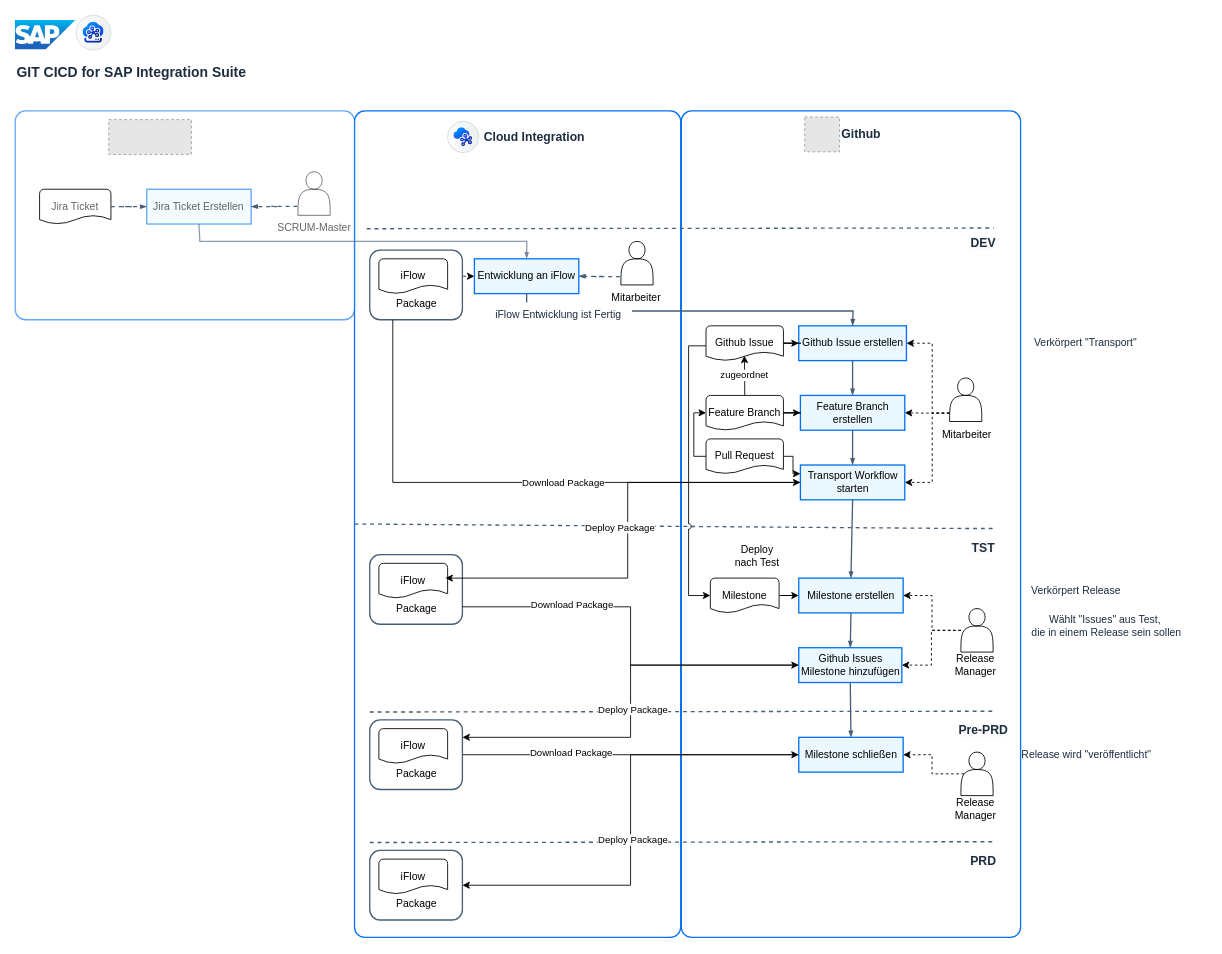
This is Dynamische Landschaft.drawio from Zprit/draw-io, a draw.io file, before an edit. Source tidied: cells renumbered, new cells numbered last; positions are measured from the earlier drawing's top-left corner, leaving out a move shared by most shapes. Both pictures are drawn from the tidied source at 87%, with x=0, y=0 at pixel (15, 15). Pictures stored in the file or linked from it are replaced by grey dashed boxes.
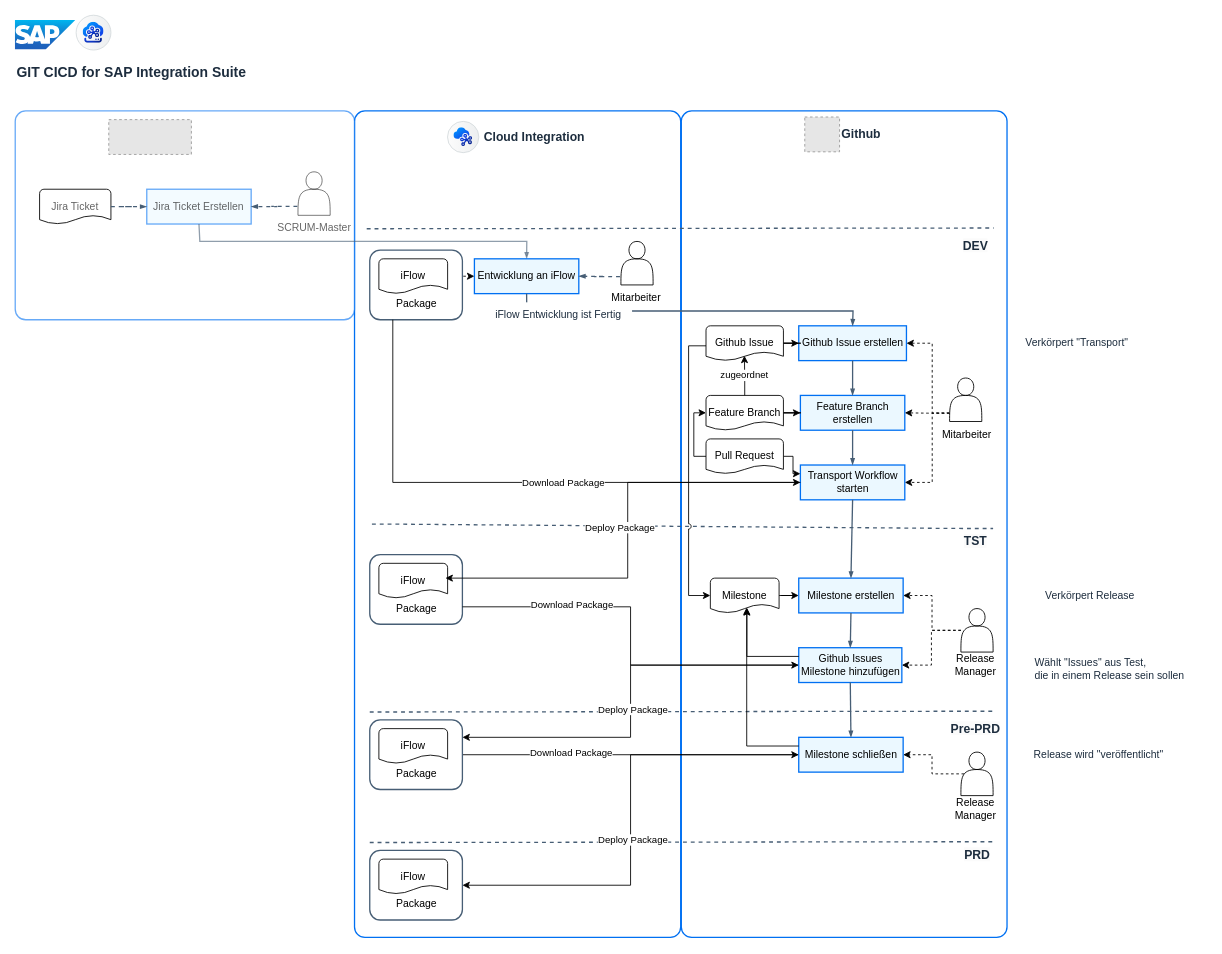
The same diagram, later.

The change refers to these unchanged cells:
```xml
<mxCell id="3" style="rounded=1;whiteSpace=wrap;html=1;strokeColor=#0070F2;fillColor=#ffffff;arcSize=24;absoluteArcSize=1;imageWidth=64;imageHeight=64;strokeWidth=1.5;" parent="1" vertex="1">
  <mxGeometry x="390" y="110" width="374.9" height="950" as="geometry" />
</mxCell>
<mxCell id="25" value="Milestone" style="strokeWidth=1;html=1;shape=mxgraph.flowchart.document2;whiteSpace=wrap;size=0.25;" parent="1" vertex="1">
  <mxGeometry x="799" y="647" width="79" height="40" as="geometry" />
</mxCell>
<mxCell id="28" value="Github Issues Milestone hinzufügen" style="rounded=0;whiteSpace=wrap;html=1;strokeColor=#0070F2;fillColor=#EBF8FF;arcSize=24;absoluteArcSize=1;imageWidth=64;imageHeight=64;strokeWidth=1.5;" parent="1" vertex="1">
  <mxGeometry x="900.6" y="727" width="118.5" height="40" as="geometry" />
</mxCell>
<mxCell id="30" value="Milestone schließen" style="rounded=0;whiteSpace=wrap;html=1;strokeColor=#0070F2;fillColor=#EBF8FF;arcSize=24;absoluteArcSize=1;imageWidth=64;imageHeight=64;strokeWidth=1.5;" parent="1" vertex="1">
  <mxGeometry x="900.6" y="830" width="120" height="40" as="geometry" />
</mxCell>
```

What changed in the source:
```diff
@@
     <mxCell id="2" style="rounded=1;whiteSpace=wrap;html=1;strokeColor=#0070F2;fillColor=#ffffff;arcSize=24;absoluteArcSize=1;imageWidth=64;imageHeight=64;strokeWidth=1.5;" parent="1" vertex="1">
-      <mxGeometry x="765.6" y="110" width="390" height="950" as="geometry" />
+      <mxGeometry x="765.6" y="110" width="374.4" height="950" as="geometry" />
     </mxCell>
@@
-    <mxCell id="8" value="Deploy nach Test" style="text;html=1;whiteSpace=wrap;strokeColor=none;fillColor=none;align=center;verticalAlign=middle;rounded=0;" parent="1" vertex="1">
-      <mxGeometry x="823" y="607" width="60" height="30" as="geometry" />
-    </mxCell>
@@
     <mxCell id="38" value="&lt;font size=&quot;1&quot; face=&quot;arial&quot; style=&quot;&quot;&gt;&lt;span style=&quot;font-size: 12px;&quot;&gt;Verkörpert Release&lt;/span&gt;&lt;/font&gt;" style="text;html=1;align=center;verticalAlign=middle;strokeColor=none;fillColor=none;fontSize=12;fontColor=#1D2D3E;fontFamily=Helvetica;" parent="1" vertex="1">
-      <mxGeometry x="1154" y="647" width="130" height="30" as="geometry" />
+      <mxGeometry x="1170" y="652" width="130" height="30" as="geometry" />
     </mxCell>
@@
-    <mxCell id="49" style="endArrow=none;html=1;strokeColor=#475e75;rounded=0;endFill=0;endSize=4;edgeStyle=entityRelationEdgeStyle;startArrow=none;startFill=0;startSize=4;jumpStyle=none;jumpSize=0;targetPerimeterSpacing=15;dashed=1;strokeWidth=1.5;exitX=0;exitY=0.5;exitDx=0;exitDy=0;" parent="1" edge="1" source="3">
+    <mxCell id="49" style="endArrow=none;html=1;strokeColor=#475e75;rounded=0;endFill=0;endSize=4;edgeStyle=entityRelationEdgeStyle;startArrow=none;startFill=0;startSize=4;jumpStyle=none;jumpSize=0;targetPerimeterSpacing=15;dashed=1;strokeWidth=1.5;" parent="1" edge="1">
       <mxGeometry relative="1" as="geometry">
+        <mxPoint x="410" y="585" as="sourcePoint" />
         <mxPoint x="1124" y="590" as="targetPoint" />
       </mxGeometry>
     </mxCell>
     <mxCell id="50" value="&lt;b style=&quot;border-color: var(--border-color); font-family: arial; font-style: normal; font-variant-ligatures: normal; font-variant-caps: normal; letter-spacing: normal; orphans: 2; text-indent: 0px; text-transform: none; widows: 2; word-spacing: 0px; -webkit-text-stroke-width: 0px; background-color: rgb(251, 251, 251); text-decoration-thickness: initial; text-decoration-style: initial; text-decoration-color: initial; font-size: 14px;&quot;&gt;&lt;font color=&quot;#1d2d3e&quot;&gt;DEV&lt;/font&gt;&lt;/b&gt;" style="text;whiteSpace=wrap;html=1;align=center;verticalAlign=top;" parent="1" vertex="1">
-      <mxGeometry x="1082.5" y="247" width="60" height="30" as="geometry" />
+      <mxGeometry x="1074" y="250" width="60" height="30" as="geometry" />
     </mxCell>
     <mxCell id="51" value="&lt;b style=&quot;border-color: var(--border-color); font-family: arial; font-style: normal; font-variant-ligatures: normal; font-variant-caps: normal; letter-spacing: normal; orphans: 2; text-indent: 0px; text-transform: none; widows: 2; word-spacing: 0px; -webkit-text-stroke-width: 0px; background-color: rgb(251, 251, 251); text-decoration-thickness: initial; text-decoration-style: initial; text-decoration-color: initial; font-size: 14px;&quot;&gt;&lt;font color=&quot;#1d2d3e&quot;&gt;TST&lt;/font&gt;&lt;/b&gt;" style="text;whiteSpace=wrap;html=1;align=center;verticalAlign=top;" parent="1" vertex="1">
-      <mxGeometry x="1082.5" y="597" width="60" height="30" as="geometry" />
+      <mxGeometry x="1074" y="590" width="60" height="30" as="geometry" />
     </mxCell>
@@
     <mxCell id="77" value="&lt;b style=&quot;border-color: var(--border-color); font-family: arial; font-style: normal; font-variant-ligatures: normal; font-variant-caps: normal; letter-spacing: normal; orphans: 2; text-indent: 0px; text-transform: none; widows: 2; word-spacing: 0px; -webkit-text-stroke-width: 0px; background-color: rgb(251, 251, 251); text-decoration-thickness: initial; text-decoration-style: initial; text-decoration-color: initial; font-size: 14px;&quot;&gt;&lt;font color=&quot;#1d2d3e&quot;&gt;Pre-PRD&lt;/font&gt;&lt;/b&gt;" style="text;whiteSpace=wrap;html=1;align=center;verticalAlign=top;" parent="1" vertex="1">
-      <mxGeometry x="1082.5" y="807" width="60" height="30" as="geometry" />
+      <mxGeometry x="1074" y="805" width="60" height="30" as="geometry" />
     </mxCell>
     <mxCell id="78" value="&lt;font size=&quot;1&quot; face=&quot;arial&quot; style=&quot;&quot;&gt;&lt;span style=&quot;font-size: 12px;&quot;&gt;Verkörpert &quot;Transport&quot;&lt;/span&gt;&lt;/font&gt;" style="text;html=1;align=center;verticalAlign=middle;strokeColor=none;fillColor=none;fontSize=12;fontColor=#1D2D3E;fontFamily=Helvetica;" parent="1" vertex="1">
-      <mxGeometry x="1160" y="362" width="140" height="30" as="geometry" />
+      <mxGeometry x="1150" y="362" width="140" height="30" as="geometry" />
     </mxCell>
     <mxCell id="79" value="&lt;b style=&quot;border-color: var(--border-color); font-family: arial; font-style: normal; font-variant-ligatures: normal; font-variant-caps: normal; letter-spacing: normal; orphans: 2; text-indent: 0px; text-transform: none; widows: 2; word-spacing: 0px; -webkit-text-stroke-width: 0px; background-color: rgb(251, 251, 251); text-decoration-thickness: initial; text-decoration-style: initial; text-decoration-color: initial; font-size: 14px;&quot;&gt;&lt;font color=&quot;#1d2d3e&quot;&gt;PRD&lt;/font&gt;&lt;/b&gt;" style="text;whiteSpace=wrap;html=1;align=center;verticalAlign=top;" parent="1" vertex="1">
-      <mxGeometry x="1082.5" y="957" width="60" height="30" as="geometry" />
+      <mxGeometry x="1075.5" y="950" width="60" height="30" as="geometry" />
     </mxCell>
@@
-    <mxCell id="86" value="&lt;font size=&quot;1&quot; face=&quot;arial&quot; style=&quot;&quot;&gt;&lt;span style=&quot;font-size: 12px;&quot;&gt;Wählt &quot;Issues&quot; aus Test,&amp;nbsp;&lt;/span&gt;&lt;/font&gt;&lt;div&gt;&lt;font size=&quot;1&quot; face=&quot;arial&quot; style=&quot;&quot;&gt;&lt;span style=&quot;font-size: 12px;&quot;&gt;die in einem Release sein sollen&lt;/span&gt;&lt;/font&gt;&lt;/div&gt;" style="text;html=1;align=center;verticalAlign=middle;strokeColor=none;fillColor=none;fontSize=12;fontColor=#1D2D3E;fontFamily=Helvetica;" parent="1" vertex="1">
-      <mxGeometry x="1154" y="682" width="200" height="40" as="geometry" />
+    <mxCell id="86" value="&lt;font size=&quot;1&quot; face=&quot;arial&quot; style=&quot;&quot;&gt;&lt;span style=&quot;font-size: 12px;&quot;&gt;Wählt &quot;Issues&quot; aus Test,&amp;nbsp;&lt;/span&gt;&lt;/font&gt;&lt;div&gt;&lt;font size=&quot;1&quot; face=&quot;arial&quot; style=&quot;&quot;&gt;&lt;span style=&quot;font-size: 12px;&quot;&gt;die in einem Release sein sollen&lt;/span&gt;&lt;/font&gt;&lt;/div&gt;" style="text;html=1;align=left;verticalAlign=middle;strokeColor=none;fillColor=none;fontSize=12;fontColor=#1D2D3E;fontFamily=Helvetica;" parent="1" vertex="1">
+      <mxGeometry x="1170" y="732" width="200" height="40" as="geometry" />
     </mxCell>
@@
     <mxCell id="92" value="&lt;font size=&quot;1&quot; face=&quot;arial&quot; style=&quot;&quot;&gt;&lt;span style=&quot;font-size: 12px;&quot;&gt;Release wird &quot;veröffentlicht&quot;&lt;/span&gt;&lt;/font&gt;" style="text;html=1;align=center;verticalAlign=middle;strokeColor=none;fillColor=none;fontSize=12;fontColor=#1D2D3E;fontFamily=Helvetica;" parent="1" vertex="1">
-      <mxGeometry x="1146" y="835" width="170" height="30" as="geometry" />
+      <mxGeometry x="1160" y="835" width="170" height="30" as="geometry" />
     </mxCell>
@@
+    <mxCell id="94" style="edgeStyle=orthogonalEdgeStyle;rounded=0;jettySize=auto;html=1;entryX=0.529;entryY=0.842;entryDx=0;entryDy=0;entryPerimeter=0;exitX=0;exitY=0.25;exitDx=0;exitDy=0;" parent="1" edge="1" source="30" target="25">
+      <mxGeometry relative="1" as="geometry" />
+    </mxCell>
+    <mxCell id="95" style="edgeStyle=orthogonalEdgeStyle;rounded=0;jettySize=auto;html=1;entryX=0.532;entryY=0.865;entryDx=0;entryDy=0;entryPerimeter=0;exitX=0;exitY=0.25;exitDx=0;exitDy=0;" parent="1" edge="1" source="28" target="25">
+      <mxGeometry relative="1" as="geometry" />
+    </mxCell>
```
